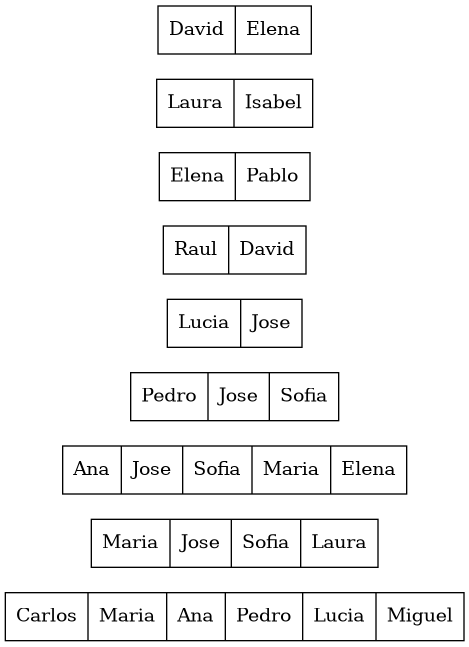
lurdesss/-EDD-Proyecto_202103763 keeps this Graphviz diagram as Fase2/SocialStructure/salida/graph_adyacencia.png. Above is the earlier version. Its source is kept beside it as Fase2/SocialStructure/salida/graph_adyacencia.dot.
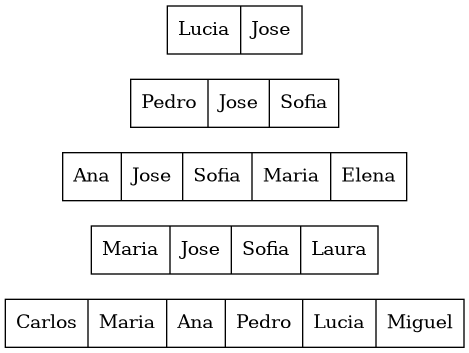
After the change.

Change to the diagram source:
```diff
@@ -6,8 +6,4 @@
 Ana [label="{Ana|Jose | Sofia | Maria | Elena}"];
 Pedro [label="{Pedro|Jose | Sofia}"];
 Lucia [label="{Lucia|Jose}"];
-Raul [label="{Raul|David}"];
-Elena [label="{Elena|Pablo}"];
-Laura [label="{Laura|Isabel}"];
-David [label="{David|Elena}"];
 }
```
